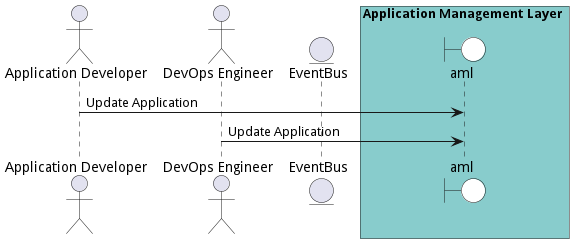
madajaju/edgemere keeps this PlantUML diagram as docs/edgemere/aml/usecases/manageapplications/UpdateApplication.png. Above is the earlier version. The source it was exported from:
```plantuml
@startuml

actor "Application Developer"

actor "DevOps Engineer"


entity EventBus

box Application Management Layer #88cccc
    boundary aml #white
end box



"Application Developer" -> aml: Update Application


"DevOps Engineer" -> aml: Update Application



@enduml
```
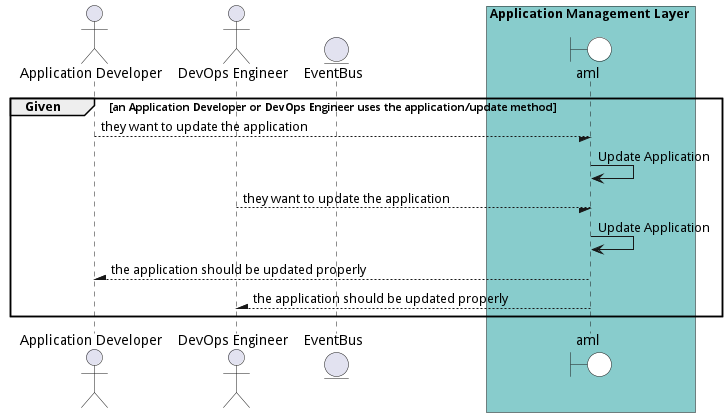
After the commit.

Diff of the diagram source:
```diff
@@ -1,4 +1,5 @@
 @startuml
+
 
 actor "Application Developer"
 
@@ -12,12 +13,22 @@
 end box
 
 
+group Given [an Application Developer or DevOps Engineer uses the application/update method]
 
-"Application Developer" -> aml: Update Application
+"Application Developer" --/ aml: they want to update the application
+"aml" -> aml: Update Application
 
 
-"DevOps Engineer" -> aml: Update Application
+"DevOps Engineer" --/ aml: they want to update the application
+"aml" -> aml: Update Application
 
 
 
+"Application Developer" /-- aml: the application should be updated properly
+
+"DevOps Engineer" /-- aml: the application should be updated properly
+
+
+end
+
 @enduml
```
